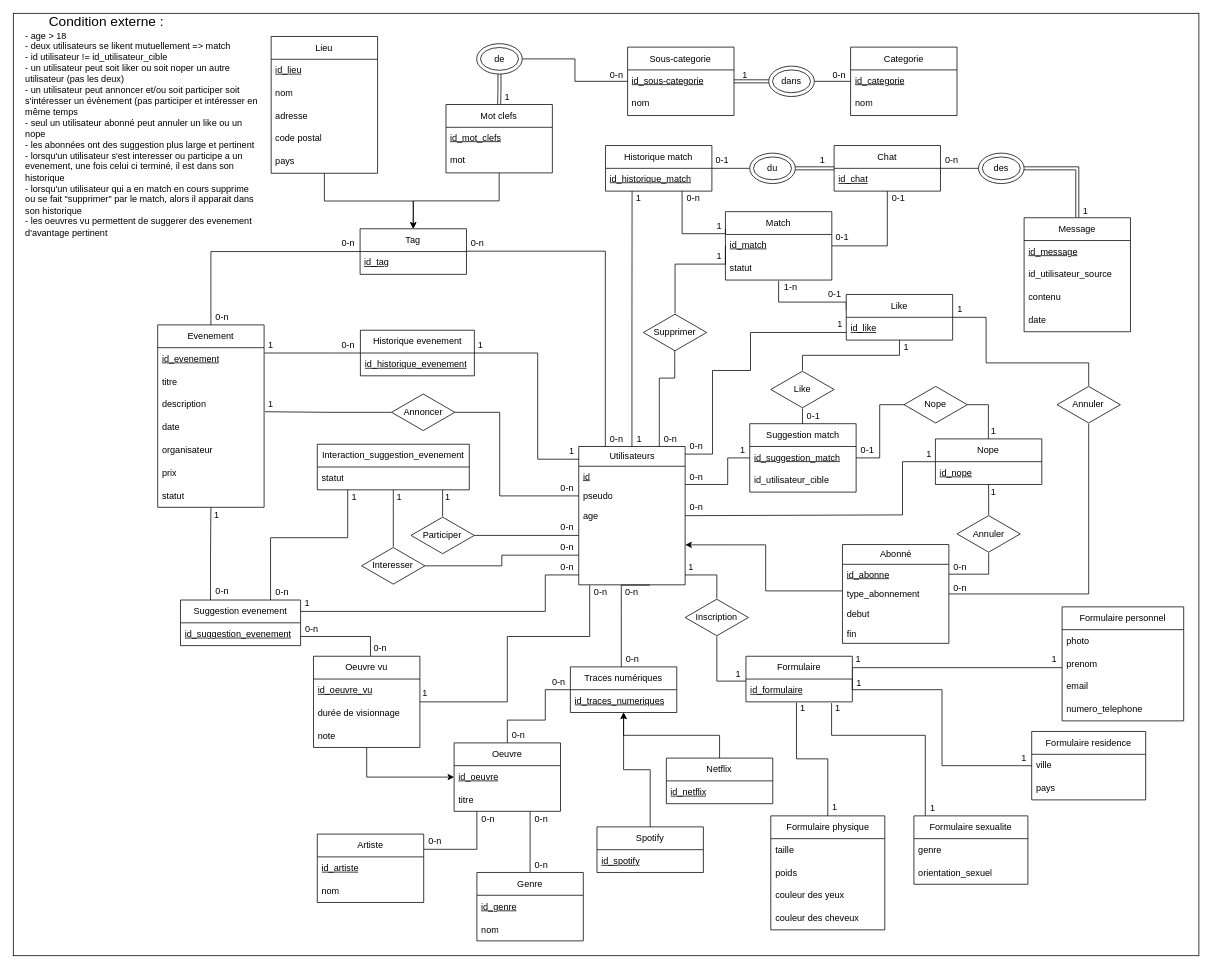
The draw.io diagram ER.drawio in SuyuKuka/Le-Big-Match-Big-Brother-Is-Matching-You, before the edit. Source tidied: cells renumbered, new cells numbered last; positions are measured from the earlier drawing's top-left corner, leaving out a move shared by most shapes. Both pictures are drawn from the tidied source at 76%, with x=0, y=0 at pixel (13, 13).
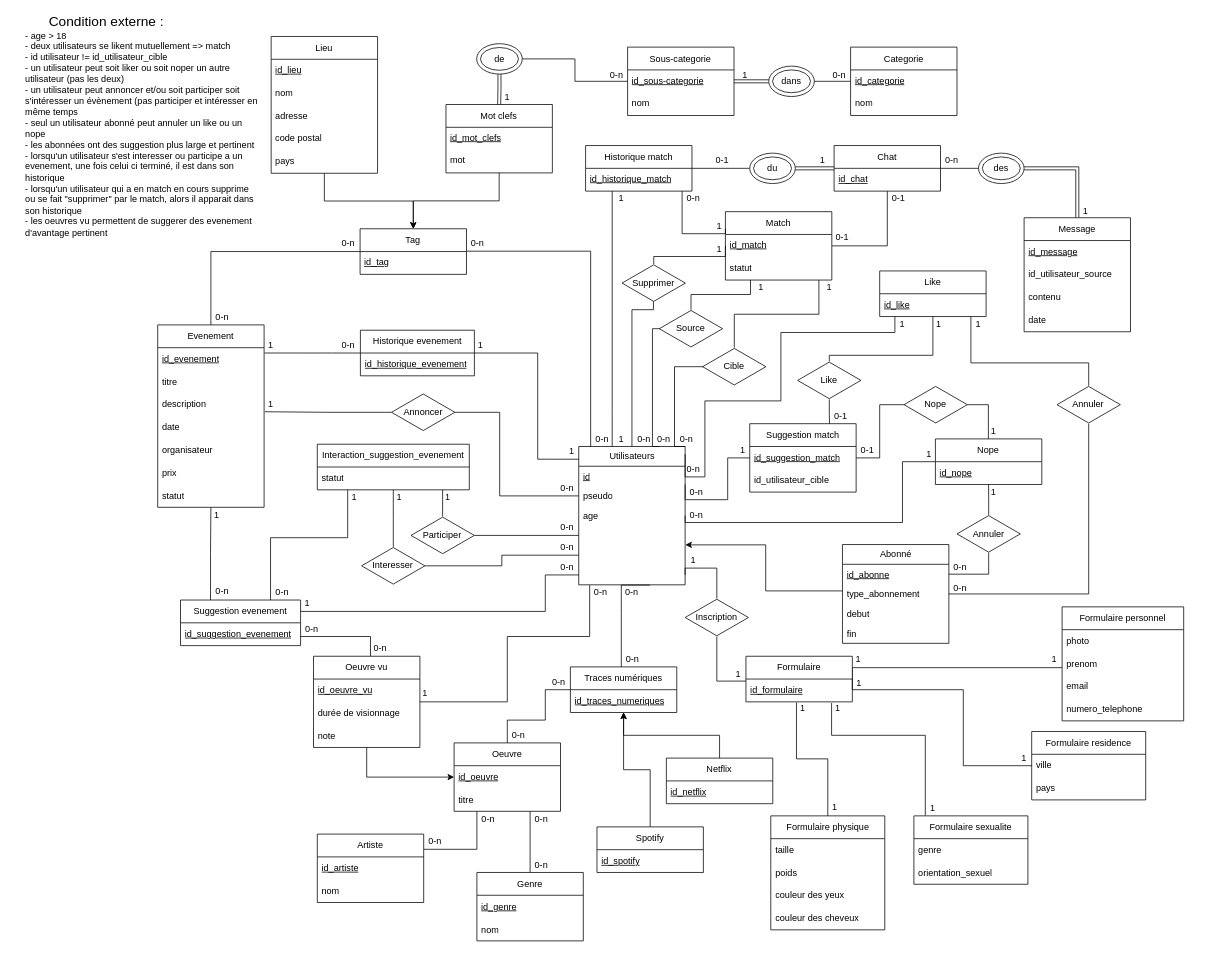
Above is the later version.

Commit message (it also covers changes not shown here):
correction db et sql et ER

Unchanged cells that the change refers to:
```xml
<mxCell id="5" value="Utilisateurs" style="swimlane;fontStyle=0;horizontal=1;startSize=26;fillColor=none;html=1;" parent="1" vertex="1">
  <mxGeometry x="744" y="570" width="140" height="182" as="geometry" />
</mxCell>
<mxCell id="8" value="age" style="text;strokeColor=none;fillColor=none;align=left;verticalAlign=top;spacingLeft=4;spacingRight=4;overflow=hidden;points=[[0,0.5],[1,0.5]];portConstraint=eastwest;whiteSpace=wrap;html=1;" parent="5" vertex="1">
  <mxGeometry y="78" width="140" height="26" as="geometry" />
</mxCell>
<mxCell id="10" style="text;strokeColor=none;fillColor=none;align=left;verticalAlign=top;spacingLeft=4;spacingRight=4;overflow=hidden;points=[[0,0.5],[1,0.5]];portConstraint=eastwest;whiteSpace=wrap;html=1;" parent="5" vertex="1">
  <mxGeometry y="130" width="140" height="26" as="geometry" />
</mxCell>
<mxCell id="25" value="Formulaire residence" style="swimlane;fontStyle=0;horizontal=1;startSize=30;whiteSpace=wrap;html=1;" parent="1" vertex="1">
  <mxGeometry x="1340" y="945" width="150" height="90" as="geometry" />
</mxCell>
<mxCell id="39" value="Suggestion match" style="swimlane;fontStyle=0;horizontal=1;startSize=30;whiteSpace=wrap;html=1;" parent="1" vertex="1">
  <mxGeometry x="969" y="540" width="140" height="90" as="geometry" />
</mxCell>
<mxCell id="50" value="Tag" style="swimlane;fontStyle=0;horizontal=1;startSize=30;whiteSpace=wrap;html=1;" parent="1" vertex="1">
  <mxGeometry x="456.3" y="283.5" width="140" height="60" as="geometry" />
</mxCell>
<mxCell id="81" value="Formulaire" style="swimlane;fontStyle=0;horizontal=1;startSize=30;whiteSpace=wrap;html=1;" parent="1" vertex="1">
  <mxGeometry x="964" y="846" width="140" height="60" as="geometry" />
</mxCell>
<mxCell id="83" value="Inscription" style="html=1;whiteSpace=wrap;shape=isoRectangle;" parent="1" vertex="1">
  <mxGeometry x="884" y="770" width="83.3" height="50" as="geometry" />
</mxCell>
<mxCell id="88" value="Match" style="swimlane;fontStyle=0;horizontal=1;startSize=30;whiteSpace=wrap;html=1;" parent="1" vertex="1">
  <mxGeometry x="937" y="261" width="140" height="90" as="geometry" />
</mxCell>
<mxCell id="89" value="&lt;u&gt;id_match&lt;/u&gt;" style="text;strokeColor=none;fillColor=none;align=left;verticalAlign=top;spacingLeft=4;spacingRight=4;overflow=hidden;points=[[0,0.5],[1,0.5]];portConstraint=eastwest;whiteSpace=wrap;html=1;" parent="88" vertex="1">
  <mxGeometry y="30" width="140" height="30" as="geometry" />
</mxCell>
<mxCell id="92" value="Annuler" style="html=1;whiteSpace=wrap;shape=isoRectangle;" parent="1" vertex="1">
  <mxGeometry x="1373.3" y="490" width="83.3" height="50" as="geometry" />
</mxCell>
<mxCell id="169" value="Nope" style="swimlane;fontStyle=0;horizontal=1;startSize=30;whiteSpace=wrap;html=1;" parent="1" vertex="1">
  <mxGeometry x="1213.3" y="560" width="140" height="60" as="geometry" />
</mxCell>
```

Diff of the diagram source:
```diff
@@
-    <mxCell id="2" style="rounded=0;whiteSpace=wrap;html=1;" parent="1" vertex="1">
-      <mxGeometry width="1560" height="1240" as="geometry" />
-    </mxCell>
     <mxCell id="3" style="edgeStyle=orthogonalEdgeStyle;rounded=0;jettySize=auto;html=1;entryX=0.25;entryY=1;entryDx=0;entryDy=0;endArrow=none;startFill=0;" parent="1" edge="1" source="5" target="116">
-      <mxGeometry relative="1" as="geometry" />
+      <mxGeometry relative="1" as="geometry">
+        <Array as="points">
+          <mxPoint x="788" y="520" />
+          <mxPoint x="788" y="520" />
+        </Array>
+      </mxGeometry>
     </mxCell>
-    <mxCell id="4" style="edgeStyle=orthogonalEdgeStyle;rounded=0;jettySize=auto;html=1;exitX=0.25;exitY=0;exitDx=0;exitDy=0;endArrow=none;startFill=0;" parent="1" edge="1" source="5" target="50">
+    <mxCell id="4" style="edgeStyle=orthogonalEdgeStyle;rounded=0;jettySize=auto;html=1;exitX=0.112;exitY=0.003;exitDx=0;exitDy=0;endArrow=none;startFill=0;exitPerimeter=0;" parent="1" edge="1" source="5" target="50">
       <mxGeometry relative="1" as="geometry">
         <Array as="points">
-          <mxPoint x="779" y="313" />
+          <mxPoint x="760" y="313" />
         </Array>
       </mxGeometry>
     </mxCell>
+    <mxCell id="250" style="edgeStyle=orthogonalEdgeStyle;rounded=0;orthogonalLoop=1;jettySize=auto;html=1;exitX=0.75;exitY=0;exitDx=0;exitDy=0;endArrow=none;startFill=0;" parent="1" edge="1">
+      <mxGeometry relative="1" as="geometry">
+        <mxPoint x="850" y="570" as="sourcePoint" />
+        <mxPoint x="851" y="415" as="targetPoint" />
+        <Array as="points">
+          <mxPoint x="841" y="570" />
+          <mxPoint x="841" y="415" />
+        </Array>
+      </mxGeometry>
+    </mxCell>
@@
     <mxCell id="24" style="edgeStyle=orthogonalEdgeStyle;rounded=0;jettySize=auto;html=1;entryX=1;entryY=0.25;entryDx=0;entryDy=0;endArrow=none;startFill=0;" parent="1" edge="1" source="25" target="81">
       <mxGeometry relative="1" as="geometry">
         <Array as="points">
-          <mxPoint x="1222" y="990" />
-          <mxPoint x="1222" y="890" />
+          <mxPoint x="1250" y="990" />
+          <mxPoint x="1250" y="890" />
           <mxPoint x="1104" y="890" />
         </Array>
       </mxGeometry>
     </mxCell>
@@
     <mxCell id="37" style="edgeStyle=orthogonalEdgeStyle;rounded=0;jettySize=auto;html=1;endArrow=none;startFill=0;" parent="1" edge="1" source="39">
       <mxGeometry relative="1" as="geometry">
         <mxPoint x="884" y="620" as="targetPoint" />
         <Array as="points">
           <mxPoint x="940" y="585" />
-          <mxPoint x="940" y="620" />
+          <mxPoint x="940" y="640" />
+          <mxPoint x="884" y="640" />
         </Array>
       </mxGeometry>
     </mxCell>
@@
+    <mxCell id="70" style="edgeStyle=orthogonalEdgeStyle;rounded=0;jettySize=auto;html=1;endArrow=none;startFill=0;" parent="1" edge="1" source="71" target="173">
+      <mxGeometry relative="1" as="geometry">
+        <Array as="points">
+          <mxPoint x="1074" y="450" />
+          <mxPoint x="1210" y="450" />
+        </Array>
+      </mxGeometry>
+    </mxCell>
-    <mxCell id="69" style="edgeStyle=orthogonalEdgeStyle;rounded=0;jettySize=auto;html=1;entryX=0.5;entryY=0;entryDx=0;entryDy=0;endArrow=none;startFill=0;" parent="1" edge="1" source="71" target="39">
+    <mxCell id="69" style="edgeStyle=orthogonalEdgeStyle;rounded=0;jettySize=auto;html=1;entryX=0.75;entryY=0;entryDx=0;entryDy=0;endArrow=none;startFill=0;" parent="1" edge="1" source="71" target="39">
       <mxGeometry relative="1" as="geometry" />
     </mxCell>
-    <mxCell id="70" style="edgeStyle=orthogonalEdgeStyle;rounded=0;jettySize=auto;html=1;endArrow=none;startFill=0;" parent="1" edge="1" source="71" target="173">
-      <mxGeometry relative="1" as="geometry">
-        <Array as="points">
-          <mxPoint x="1038" y="450" />
-          <mxPoint x="1166" y="450" />
-        </Array>
-      </mxGeometry>
-    </mxCell>
     <mxCell id="71" value="Like" style="html=1;whiteSpace=wrap;shape=isoRectangle;" parent="1" vertex="1">
-      <mxGeometry x="996.7" y="470" width="83.3" height="50" as="geometry" />
+      <mxGeometry x="1032" y="458" width="83.3" height="50" as="geometry" />
     </mxCell>
@@
     <mxCell id="84" style="edgeStyle=orthogonalEdgeStyle;rounded=0;jettySize=auto;html=1;endArrow=none;startFill=0;" parent="1" edge="1" source="83">
       <mxGeometry relative="1" as="geometry">
         <mxPoint x="884" y="739" as="targetPoint" />
         <Array as="points">
-          <mxPoint x="926" y="739" />
-          <mxPoint x="884" y="739" />
+          <mxPoint x="926" y="730" />
+          <mxPoint x="884" y="730" />
         </Array>
       </mxGeometry>
     </mxCell>
     <mxCell id="85" style="edgeStyle=orthogonalEdgeStyle;rounded=0;jettySize=auto;html=1;entryX=1.002;entryY=-0.022;entryDx=0;entryDy=0;entryPerimeter=0;" parent="1" edge="1" target="10">
       <mxGeometry relative="1" as="geometry">
         <mxPoint x="1091" y="760" as="sourcePoint" />
         <Array as="points">
-          <mxPoint x="1091" y="760" />
           <mxPoint x="990" y="760" />
-          <mxPoint x="990" y="699" />
+          <mxPoint x="990" y="700" />
+          <mxPoint x="884" y="700" />
         </Array>
       </mxGeometry>
     </mxCell>
     <mxCell id="86" style="edgeStyle=orthogonalEdgeStyle;rounded=0;jettySize=auto;html=1;endArrow=none;startFill=0;exitX=0.496;exitY=0.972;exitDx=0;exitDy=0;exitPerimeter=0;" parent="1" edge="1" source="93" target="5">
       <mxGeometry relative="1" as="geometry">
         <Array as="points">
-          <mxPoint x="870" y="480" />
-          <mxPoint x="850" y="480" />
+          <mxPoint x="842" y="390" />
+          <mxPoint x="814" y="390" />
         </Array>
       </mxGeometry>
     </mxCell>
@@
     <mxCell id="91" style="edgeStyle=orthogonalEdgeStyle;rounded=0;jettySize=auto;html=1;endArrow=none;startFill=0;" parent="1" edge="1" source="92" target="173">
       <mxGeometry relative="1" as="geometry">
         <Array as="points">
           <mxPoint x="1415" y="460" />
-          <mxPoint x="1280" y="460" />
-          <mxPoint x="1280" y="400" />
+          <mxPoint x="1260" y="460" />
         </Array>
       </mxGeometry>
     </mxCell>
@@
     <mxCell id="93" value="Supprimer" style="html=1;whiteSpace=wrap;shape=isoRectangle;" parent="1" vertex="1">
-      <mxGeometry x="829" y="395" width="83.3" height="50" as="geometry" />
+      <mxGeometry x="801" y="330" width="83.3" height="50" as="geometry" />
     </mxCell>
@@
     <mxCell id="114" style="edgeStyle=orthogonalEdgeStyle;rounded=0;jettySize=auto;html=1;entryX=0;entryY=0.5;entryDx=0;entryDy=0;endArrow=none;startFill=0;" parent="1" edge="1" source="93" target="89">
       <mxGeometry relative="1" as="geometry">
         <Array as="points">
-          <mxPoint x="871" y="330" />
-          <mxPoint x="937" y="330" />
+          <mxPoint x="843" y="320" />
+          <mxPoint x="937" y="320" />
         </Array>
       </mxGeometry>
     </mxCell>
@@
     <mxCell id="116" value="Historique match" style="swimlane;fontStyle=0;horizontal=1;startSize=30;whiteSpace=wrap;html=1;" parent="1" vertex="1">
-      <mxGeometry x="779.2" y="174" width="140" height="60" as="geometry" />
+      <mxGeometry x="753" y="174" width="140" height="60" as="geometry" />
     </mxCell>
@@
     <mxCell id="118" value="1" style="text;html=1;align=center;verticalAlign=middle;whiteSpace=wrap;rounded=0;" parent="1" vertex="1">
-      <mxGeometry x="877" y="719" width="30" height="20" as="geometry" />
+      <mxGeometry x="880" y="710" width="30" height="20" as="geometry" />
     </mxCell>
@@
     <mxCell id="120" value="0-n" style="text;html=1;align=center;verticalAlign=middle;whiteSpace=wrap;rounded=0;" parent="1" vertex="1">
-      <mxGeometry x="850" y="550" width="30" height="20" as="geometry" />
+      <mxGeometry x="815" y="550" width="30" height="20" as="geometry" />
     </mxCell>
@@
     <mxCell id="165" value="1" style="text;html=1;align=center;verticalAlign=middle;whiteSpace=wrap;rounded=0;" parent="1" vertex="1">
-      <mxGeometry x="809.3" y="550" width="30" height="20" as="geometry" />
+      <mxGeometry x="785" y="550" width="30" height="20" as="geometry" />
     </mxCell>
     <mxCell id="166" value="1" style="text;html=1;align=center;verticalAlign=middle;whiteSpace=wrap;rounded=0;" parent="1" vertex="1">
-      <mxGeometry x="808.3" y="234" width="30" height="20" as="geometry" />
+      <mxGeometry x="785" y="234" width="30" height="20" as="geometry" />
     </mxCell>
     <mxCell id="167" value="1" style="text;html=1;align=center;verticalAlign=middle;whiteSpace=wrap;rounded=0;" parent="1" vertex="1">
-      <mxGeometry x="914.3" y="310" width="30" height="20" as="geometry" />
+      <mxGeometry x="914" y="300" width="30" height="20" as="geometry" />
     </mxCell>
     <mxCell id="168" style="edgeStyle=orthogonalEdgeStyle;rounded=0;jettySize=auto;html=1;entryX=1;entryY=0.5;entryDx=0;entryDy=0;endArrow=none;startFill=0;" parent="1" edge="1" source="169" target="8">
       <mxGeometry relative="1" as="geometry">
         <Array as="points">
           <mxPoint x="1170" y="590" />
-          <mxPoint x="1170" y="660" />
-          <mxPoint x="884" y="660" />
+          <mxPoint x="1170" y="670" />
+          <mxPoint x="884" y="670" />
         </Array>
       </mxGeometry>
     </mxCell>
@@
-    <mxCell id="171" style="edgeStyle=orthogonalEdgeStyle;rounded=0;orthogonalLoop=1;jettySize=auto;html=1;endArrow=none;startFill=0;" parent="1" edge="1">
-      <mxGeometry relative="1" as="geometry">
-        <mxPoint x="1096" y="391" as="sourcePoint" />
-        <mxPoint x="1007" y="352" as="targetPoint" />
-        <Array as="points">
-          <mxPoint x="1096" y="380" />
-          <mxPoint x="1007" y="380" />
-        </Array>
-      </mxGeometry>
-    </mxCell>
     <mxCell id="172" style="edgeStyle=orthogonalEdgeStyle;rounded=0;jettySize=auto;html=1;endArrow=none;startFill=0;" parent="1" edge="1" source="173">
       <mxGeometry relative="1" as="geometry">
         <mxPoint x="884" y="580" as="targetPoint" />
         <Array as="points">
-          <mxPoint x="970" y="420" />
-          <mxPoint x="970" y="470" />
-          <mxPoint x="920" y="470" />
-          <mxPoint x="920" y="580" />
+          <mxPoint x="1160" y="420" />
+          <mxPoint x="1010" y="420" />
+          <mxPoint x="1010" y="510" />
+          <mxPoint x="910" y="510" />
+          <mxPoint x="910" y="610" />
+          <mxPoint x="884" y="610" />
         </Array>
       </mxGeometry>
     </mxCell>
     <mxCell id="173" value="Like" style="swimlane;fontStyle=0;horizontal=1;startSize=30;whiteSpace=wrap;html=1;" parent="1" vertex="1">
-      <mxGeometry x="1096" y="370" width="140" height="60" as="geometry" />
+      <mxGeometry x="1140" y="339" width="140" height="60" as="geometry" />
     </mxCell>
@@
     <mxCell id="178" value="0-n" style="text;html=1;align=center;verticalAlign=middle;whiteSpace=wrap;rounded=0;" parent="1" vertex="1">
-      <mxGeometry x="884.3" y="600" width="30" height="20" as="geometry" />
+      <mxGeometry x="884" y="620" width="30" height="20" as="geometry" />
     </mxCell>
@@
     <mxCell id="180" value="0-1" style="text;html=1;align=center;verticalAlign=middle;whiteSpace=wrap;rounded=0;" parent="1" vertex="1">
-      <mxGeometry x="1038.3" y="520" width="30" height="20" as="geometry" />
+      <mxGeometry x="1074" y="520" width="30" height="20" as="geometry" />
     </mxCell>
     <mxCell id="181" value="1" style="text;html=1;align=center;verticalAlign=middle;whiteSpace=wrap;rounded=0;" parent="1" vertex="1">
-      <mxGeometry x="1160" y="430" width="30" height="20" as="geometry" />
+      <mxGeometry x="1203" y="399" width="30" height="20" as="geometry" />
     </mxCell>
@@
     <mxCell id="184" value="0-n" style="text;html=1;align=center;verticalAlign=middle;whiteSpace=wrap;rounded=0;" parent="1" vertex="1">
-      <mxGeometry x="884.3" y="560" width="30" height="20" as="geometry" />
+      <mxGeometry x="880" y="590" width="30" height="20" as="geometry" />
     </mxCell>
     <mxCell id="185" value="1" style="text;html=1;align=center;verticalAlign=middle;whiteSpace=wrap;rounded=0;" parent="1" vertex="1">
-      <mxGeometry x="1073" y="399" width="30" height="20" as="geometry" />
+      <mxGeometry x="1155" y="399" width="30" height="20" as="geometry" />
     </mxCell>
     <mxCell id="186" value="0-n" style="text;html=1;align=center;verticalAlign=middle;whiteSpace=wrap;rounded=0;" parent="1" vertex="1">
-      <mxGeometry x="884" y="640" width="30" height="20" as="geometry" />
+      <mxGeometry x="884" y="650" width="30" height="20" as="geometry" />
     </mxCell>
@@
     <mxCell id="191" value="1" style="text;html=1;align=center;verticalAlign=middle;whiteSpace=wrap;rounded=0;" parent="1" vertex="1">
-      <mxGeometry x="1231" y="380" width="30" height="20" as="geometry" />
+      <mxGeometry x="1255.3" y="399" width="30" height="20" as="geometry" />
     </mxCell>
-    <mxCell id="192" value="0-1" style="text;html=1;align=center;verticalAlign=middle;whiteSpace=wrap;rounded=0;" parent="1" vertex="1">
-      <mxGeometry x="1066" y="360" width="30" height="20" as="geometry" />
-    </mxCell>
-    <mxCell id="193" value="1-n" style="text;html=1;align=center;verticalAlign=middle;whiteSpace=wrap;rounded=0;" parent="1" vertex="1">
-      <mxGeometry x="1008.3" y="351" width="30" height="20" as="geometry" />
-    </mxCell>
@@
     <mxCell id="197" value="0-n" style="text;html=1;align=center;verticalAlign=middle;whiteSpace=wrap;rounded=0;" parent="1" vertex="1">
-      <mxGeometry x="779.3" y="550" width="30" height="20" as="geometry" />
+      <mxGeometry x="760" y="550" width="30" height="20" as="geometry" />
     </mxCell>
@@
+    <mxCell id="251" style="edgeStyle=orthogonalEdgeStyle;rounded=0;jettySize=auto;html=1;endArrow=none;startFill=0;" parent="1" edge="1" source="252" target="88">
+      <mxGeometry relative="1" as="geometry">
+        <Array as="points">
+          <mxPoint x="892" y="370" />
+          <mxPoint x="970" y="370" />
+        </Array>
+      </mxGeometry>
+    </mxCell>
+    <mxCell id="252" value="Source" style="html=1;whiteSpace=wrap;shape=isoRectangle;" parent="1" vertex="1">
+      <mxGeometry x="850" y="390" width="83.3" height="50" as="geometry" />
+    </mxCell>
+    <mxCell id="253" style="edgeStyle=orthogonalEdgeStyle;rounded=0;jettySize=auto;html=1;entryX=1;entryY=0;entryDx=0;entryDy=0;exitX=0.013;exitY=0.5;exitDx=0;exitDy=0;exitPerimeter=0;endArrow=none;startFill=0;" parent="1" edge="1" source="255" target="5">
+      <mxGeometry relative="1" as="geometry">
+        <Array as="points">
+          <mxPoint x="870" y="465" />
+          <mxPoint x="870" y="570" />
+        </Array>
+      </mxGeometry>
+    </mxCell>
+    <mxCell id="254" style="edgeStyle=orthogonalEdgeStyle;rounded=0;jettySize=auto;html=1;endArrow=none;startFill=0;" parent="1" edge="1" source="255" target="88">
+      <mxGeometry relative="1" as="geometry">
+        <Array as="points">
+          <mxPoint x="949" y="396" />
+          <mxPoint x="1060" y="396" />
+        </Array>
+      </mxGeometry>
+    </mxCell>
+    <mxCell id="255" value="Cible" style="html=1;whiteSpace=wrap;shape=isoRectangle;" parent="1" vertex="1">
+      <mxGeometry x="907" y="440" width="83.3" height="50" as="geometry" />
+    </mxCell>
+    <mxCell id="256" value="0-n" style="text;html=1;align=center;verticalAlign=middle;whiteSpace=wrap;rounded=0;" parent="1" vertex="1">
+      <mxGeometry x="841" y="550" width="30" height="20" as="geometry" />
+    </mxCell>
+    <mxCell id="257" value="0-n" style="text;html=1;align=center;verticalAlign=middle;whiteSpace=wrap;rounded=0;" parent="1" vertex="1">
+      <mxGeometry x="871" y="550" width="30" height="20" as="geometry" />
+    </mxCell>
+    <mxCell id="258" value="1" style="text;html=1;align=center;verticalAlign=middle;whiteSpace=wrap;rounded=0;" parent="1" vertex="1">
+      <mxGeometry x="1058.7" y="351" width="30" height="20" as="geometry" />
+    </mxCell>
+    <mxCell id="259" value="1" style="text;html=1;align=center;verticalAlign=middle;whiteSpace=wrap;rounded=0;" parent="1" vertex="1">
+      <mxGeometry x="969.3" y="351" width="30" height="20" as="geometry" />
+    </mxCell>
```
